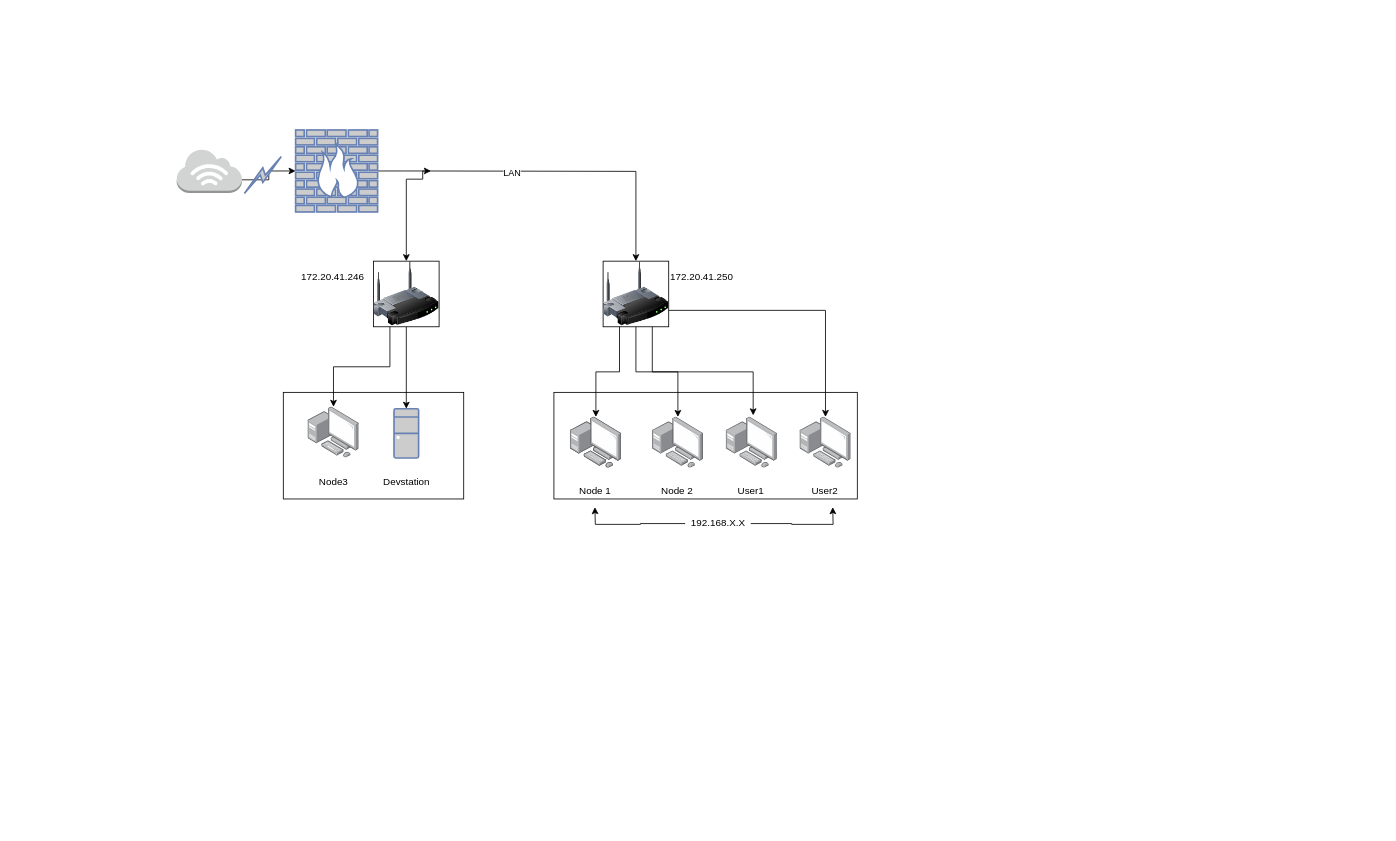
argenestel/networktest keeps this draw.io diagram as Untitled Diagram.drawio. Above is the earlier version. Source tidied: cells renumbered, new cells numbered last; positions are measured from the earlier drawing's top-left corner, leaving out a move shared by most shapes. Both pictures are drawn from the tidied source at 82%, with x=0, y=0 at pixel (29, 31).
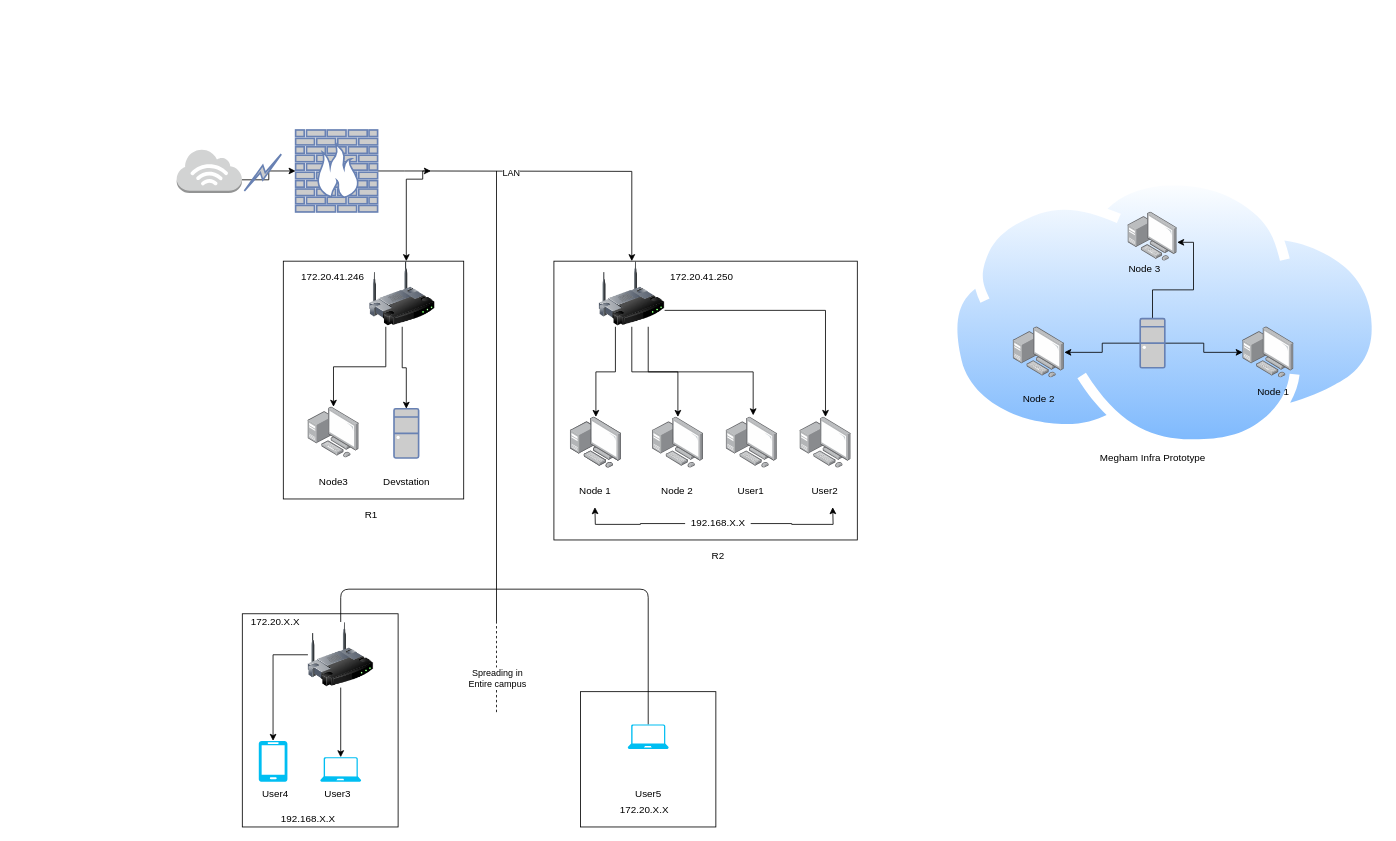
After the change.

Change to the diagram source:
```diff
@@
-    <mxCell id="2" style="rounded=0;whiteSpace=wrap;html=1;fillColor=#FFFFFF;" parent="1" vertex="1">
-      <mxGeometry x="700" y="280" width="80" height="80" as="geometry" />
-    </mxCell>
-    <mxCell id="3" style="rounded=0;whiteSpace=wrap;html=1;fillColor=#FFFFFF;" parent="1" vertex="1">
-      <mxGeometry x="420" y="280" width="80" height="80" as="geometry" />
-    </mxCell>
+    <mxCell id="40" style="perimeter=ellipsePerimeter;html=1;align=center;shadow=0;dashed=0;spacingTop=3;image;image=img/lib/active_directory/internet_cloud.svg;strokeColor=#000000;fillColor=#E6E6E6;" parent="1" vertex="1">
+      <mxGeometry x="1120" y="175.9" width="530.3" height="334.1" as="geometry" />
+    </mxCell>
+    <mxCell id="41" style="rounded=0;whiteSpace=wrap;html=1;fillColor=#FFFFFF;" parent="1" vertex="1">
+      <mxGeometry x="260" y="710" width="190" height="260" as="geometry" />
+    </mxCell>
+    <mxCell id="42" style="whiteSpace=wrap;html=1;fillColor=#FFFFFF;" parent="1" vertex="1">
+      <mxGeometry x="672.5" y="805" width="165" height="165" as="geometry" />
+    </mxCell>
     <mxCell id="4" style="rounded=0;whiteSpace=wrap;html=1;" parent="1" vertex="1">
-      <mxGeometry x="640" y="440" width="370" height="130" as="geometry" />
+      <mxGeometry x="640" y="280" width="370" height="340" as="geometry" />
     </mxCell>
     <mxCell id="5" style="rounded=0;whiteSpace=wrap;html=1;" parent="1" vertex="1">
-      <mxGeometry x="310" y="440" width="220" height="130" as="geometry" />
+      <mxGeometry x="310" y="280" width="220" height="290" as="geometry" />
     </mxCell>
@@
     <mxCell id="8" style="image;html=1;image=img/lib/clip_art/networking/Wireless_Router_128x128.png;" parent="1" vertex="1">
-      <mxGeometry x="420" y="280" width="80" height="80" as="geometry" />
+      <mxGeometry x="415" y="280" width="80" height="80" as="geometry" />
     </mxCell>
@@
     <mxCell id="13" style="image;html=1;image=img/lib/clip_art/networking/Wireless_Router_128x128.png;" parent="1" vertex="1">
-      <mxGeometry x="700" y="280" width="80" height="80" as="geometry" />
+      <mxGeometry x="695" y="280" width="80" height="80" as="geometry" />
     </mxCell>
@@
     <mxCell id="26" style="html=1;outlineConnect=0;fillColor=#CCCCCC;strokeColor=#6881B3;gradientColor=none;gradientDirection=north;strokeWidth=2;shape=mxgraph.networks.comm_link_edge;html=1;" parent="1" edge="1">
       <mxGeometry relative="1" as="geometry">
-        <mxPoint x="260" y="200" as="sourcePoint" />
-        <mxPoint x="310" y="150" as="targetPoint" />
+        <mxPoint x="260" y="197" as="sourcePoint" />
+        <mxPoint x="310" y="147" as="targetPoint" />
         <Array as="points">
-          <mxPoint />
+          <mxPoint y="-3" />
         </Array>
       </mxGeometry>
     </mxCell>
@@
+    <mxCell id="43" value="R1" style="text;html=1;align=center;verticalAlign=middle;" parent="1" vertex="1">
+      <mxGeometry x="402.4" y="580" width="30" height="20" as="geometry" />
+    </mxCell>
+    <mxCell id="44" value="R2" style="text;html=1;align=center;verticalAlign=middle;" parent="1" vertex="1">
+      <mxGeometry x="825" y="630" width="30" height="20" as="geometry" />
+    </mxCell>
+    <mxCell id="45" style="endArrow=none;html=1;" parent="1" edge="1">
+      <mxGeometry relative="1" as="geometry">
+        <mxPoint x="570" y="720" as="sourcePoint" />
+        <mxPoint x="570" y="170" as="targetPoint" />
+      </mxGeometry>
+    </mxCell>
+    <mxCell id="46" style="endArrow=none;dashed=1;html=1;" parent="1" edge="1">
+      <mxGeometry relative="1" as="geometry">
+        <mxPoint x="570" y="830" as="sourcePoint" />
+        <mxPoint x="570" y="720" as="targetPoint" />
+      </mxGeometry>
+    </mxCell>
+    <mxCell id="47" value="&lt;div&gt;Spreading in &lt;br&gt;&lt;/div&gt;&lt;div&gt;Entire campus&lt;/div&gt;" style="edgeLabel;html=1;align=center;verticalAlign=middle;" parent="46" vertex="1">
+      <mxGeometry x="-0.24" relative="1" as="geometry" />
+    </mxCell>
+    <mxCell id="48" style="endArrow=none;html=1;exitX=0.5;exitY=0;exitDx=0;exitDy=0;exitPerimeter=0;" parent="1" edge="1" source="54">
+      <mxGeometry relative="1" as="geometry">
+        <mxPoint x="570" y="680" as="targetPoint" />
+        <Array as="points">
+          <mxPoint x="755" y="680" />
+        </Array>
+      </mxGeometry>
+    </mxCell>
+    <mxCell id="49" style="endArrow=none;html=1;exitX=0.5;exitY=0;exitDx=0;exitDy=0;" parent="1" edge="1" source="52">
+      <mxGeometry relative="1" as="geometry">
+        <mxPoint x="570" y="680" as="targetPoint" />
+        <Array as="points">
+          <mxPoint x="380" y="680" />
+        </Array>
+      </mxGeometry>
+    </mxCell>
+    <mxCell id="50" style="edgeStyle=orthogonalEdgeStyle;rounded=0;jettySize=auto;html=1;" parent="1" edge="1" source="52" target="53">
+      <mxGeometry relative="1" as="geometry" />
+    </mxCell>
+    <mxCell id="51" style="edgeStyle=orthogonalEdgeStyle;rounded=0;jettySize=auto;html=1;entryX=0.5;entryY=0;entryDx=0;entryDy=0;entryPerimeter=0;" parent="1" edge="1" source="52" target="55">
+      <mxGeometry relative="1" as="geometry" />
+    </mxCell>
+    <mxCell id="52" style="image;html=1;image=img/lib/clip_art/networking/Wireless_Router_128x128.png;fillColor=#FFFFFF;" parent="1" vertex="1">
+      <mxGeometry x="340" y="720" width="80" height="80" as="geometry" />
+    </mxCell>
+    <mxCell id="53" style="verticalLabelPosition=bottom;html=1;verticalAlign=top;align=center;strokeColor=none;fillColor=#00BEF2;shape=mxgraph.azure.laptop;" parent="1" vertex="1">
+      <mxGeometry x="355" y="885" width="50" height="30" as="geometry" />
+    </mxCell>
+    <mxCell id="54" style="verticalLabelPosition=bottom;html=1;verticalAlign=top;align=center;strokeColor=none;fillColor=#00BEF2;shape=mxgraph.azure.laptop;" parent="1" vertex="1">
+      <mxGeometry x="730" y="845" width="50" height="30" as="geometry" />
+    </mxCell>
+    <mxCell id="55" style="verticalLabelPosition=bottom;html=1;verticalAlign=top;align=center;strokeColor=none;fillColor=#00BEF2;shape=mxgraph.azure.mobile;" parent="1" vertex="1">
+      <mxGeometry x="280" y="865" width="35" height="50" as="geometry" />
+    </mxCell>
+    <mxCell id="56" value="172.20.X.X" style="text;html=1;align=center;verticalAlign=middle;" parent="1" vertex="1">
+      <mxGeometry x="265" y="710" width="70" height="20" as="geometry" />
+    </mxCell>
+    <mxCell id="57" value="&lt;div&gt;192.168.X.X&lt;/div&gt;" style="text;html=1;align=center;verticalAlign=middle;" parent="1" vertex="1">
+      <mxGeometry x="300" y="950" width="80" height="20" as="geometry" />
+    </mxCell>
+    <mxCell id="58" value="User3" style="text;html=1;align=center;verticalAlign=middle;" parent="1" vertex="1">
+      <mxGeometry x="351.2" y="920" width="50" height="20" as="geometry" />
+    </mxCell>
+    <mxCell id="59" value="&lt;div&gt;User4&lt;/div&gt;" style="text;html=1;align=center;verticalAlign=middle;" parent="1" vertex="1">
+      <mxGeometry x="275" y="920" width="50" height="20" as="geometry" />
+    </mxCell>
+    <mxCell id="60" value="&lt;div&gt;User5&lt;/div&gt;" style="text;html=1;align=center;verticalAlign=middle;" parent="1" vertex="1">
+      <mxGeometry x="730" y="920" width="50" height="20" as="geometry" />
+    </mxCell>
+    <mxCell id="61" value="172.20.X.X" style="text;html=1;align=center;verticalAlign=middle;" parent="1" vertex="1">
+      <mxGeometry x="715" y="940" width="70" height="20" as="geometry" />
+    </mxCell>
+    <mxCell id="62" style="edgeStyle=orthogonalEdgeStyle;rounded=0;jettySize=auto;html=1;" parent="1" edge="1" source="65" target="66">
+      <mxGeometry relative="1" as="geometry" />
+    </mxCell>
+    <mxCell id="63" style="edgeStyle=orthogonalEdgeStyle;rounded=0;jettySize=auto;html=1;" parent="1" edge="1" source="65" target="68">
+      <mxGeometry relative="1" as="geometry" />
+    </mxCell>
+    <mxCell id="64" style="edgeStyle=orthogonalEdgeStyle;rounded=0;jettySize=auto;html=1;entryX=1;entryY=0.617;entryDx=0;entryDy=0;entryPerimeter=0;" parent="1" edge="1" source="65" target="70">
+      <mxGeometry relative="1" as="geometry" />
+    </mxCell>
+    <mxCell id="65" style="fontColor=#0066CC;verticalAlign=top;verticalLabelPosition=bottom;labelPosition=center;align=center;html=1;outlineConnect=0;fillColor=#CCCCCC;strokeColor=#6881B3;gradientColor=none;gradientDirection=north;strokeWidth=2;shape=mxgraph.networks.desktop_pc;" parent="1" vertex="1">
+      <mxGeometry x="1355" y="350" width="30" height="60" as="geometry" />
+    </mxCell>
+    <mxCell id="66" style="points=[];html=1;align=center;shadow=0;dashed=0;image;image=img/lib/allied_telesis/computer_and_terminals/Personal_Computer_with_Server.svg;" parent="1" vertex="1">
+      <mxGeometry x="1480" y="360" width="62.4" height="62.4" as="geometry" />
+    </mxCell>
+    <mxCell id="67" value="Node 1" style="text;html=1;align=center;verticalAlign=middle;" parent="1" vertex="1">
+      <mxGeometry x="1492.4" y="430" width="50" height="20" as="geometry" />
+    </mxCell>
+    <mxCell id="68" style="points=[];html=1;align=center;shadow=0;dashed=0;image;image=img/lib/allied_telesis/computer_and_terminals/Personal_Computer_with_Server.svg;" parent="1" vertex="1">
+      <mxGeometry x="1200" y="360" width="62.4" height="62.4" as="geometry" />
+    </mxCell>
+    <mxCell id="69" value="Node 2" style="text;html=1;align=center;verticalAlign=middle;" parent="1" vertex="1">
+      <mxGeometry x="1206.2" y="437.6" width="50" height="20" as="geometry" />
+    </mxCell>
+    <mxCell id="70" style="points=[];html=1;align=center;shadow=0;dashed=0;image;image=img/lib/allied_telesis/computer_and_terminals/Personal_Computer_with_Server.svg;" parent="1" vertex="1">
+      <mxGeometry x="1340" y="220" width="60" height="60" as="geometry" />
+    </mxCell>
+    <mxCell id="71" value="Node 3" style="text;html=1;align=center;verticalAlign=middle;" parent="1" vertex="1">
+      <mxGeometry x="1335" y="280" width="50" height="20" as="geometry" />
+    </mxCell>
+    <mxCell id="72" value="Megham Infra Prototype" style="text;html=1;align=center;verticalAlign=middle;" parent="1" vertex="1">
+      <mxGeometry x="1300" y="510" width="140" height="20" as="geometry" />
+    </mxCell>
```
